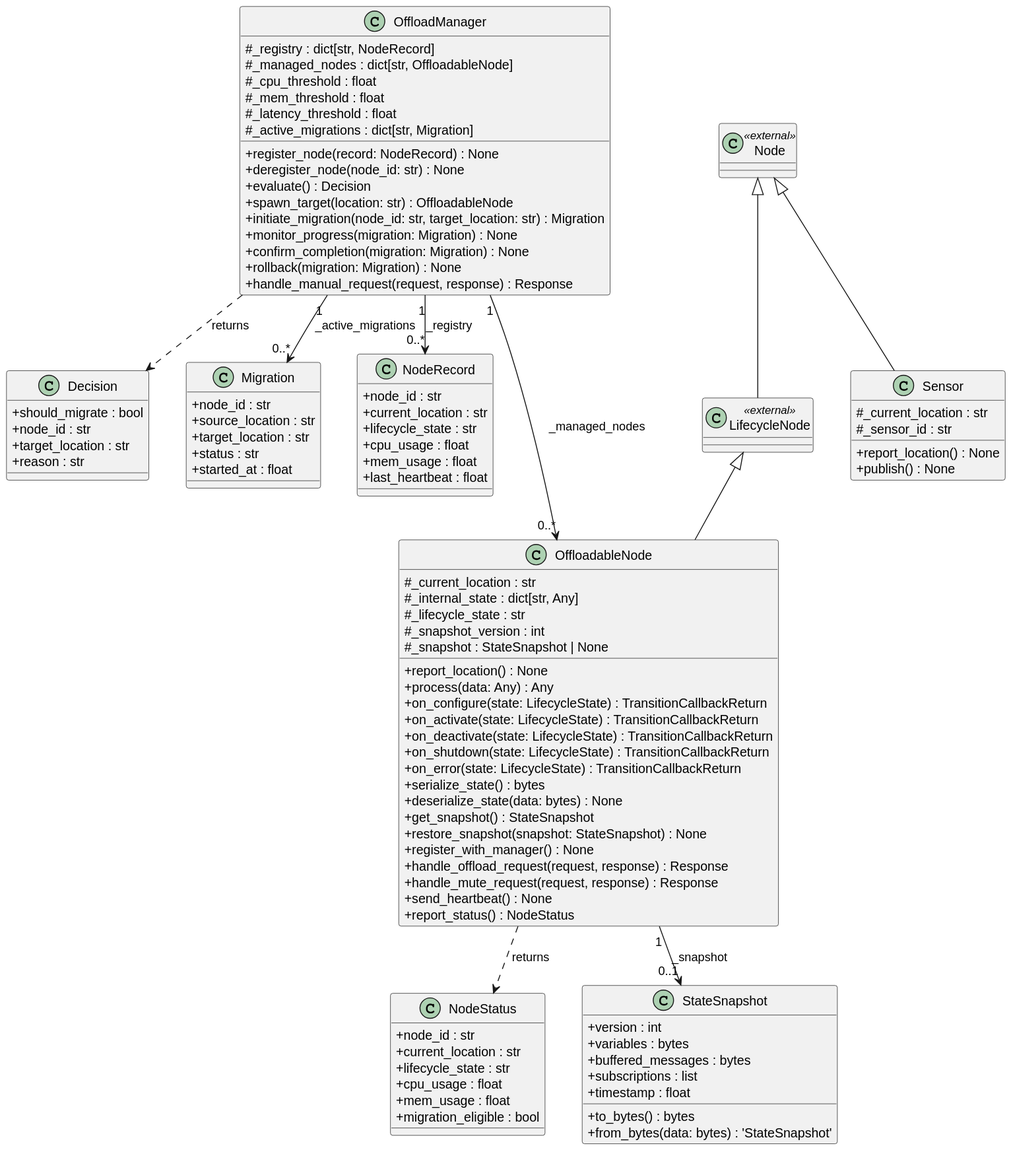
tridibbanik17/Task_Offloading_Initial_Architecture keeps this PlantUML diagram as diagrams/classes_task_offloading.svg. Above is the earlier version. The source it was exported from:
```plantuml
@startuml
set namespaceSeparator none
skinparam classAttributeIconSize 0
skinparam classFontStyle plain
skinparam classAttributeFontStyle plain
skinparam nodesep 40
skinparam ranksep 45

class "Node" as rclpy.node.Node <<external>>
class "LifecycleNode" as rclpy.lifecycle.LifecycleNode <<external>>
class "Sensor" as task_offloading.sensor.Sensor {
  # _current_location : str
  # _sensor_id : str
  + report_location() : None
  + publish() : None
}

class "Decision" as task_offloading.value_types.Decision {
  + should_migrate : bool
  + node_id : str
  + target_location : str
  + reason : str
}
class "Migration" as task_offloading.value_types.Migration {
  + node_id : str
  + source_location : str
  + target_location : str
  + status : str
  + started_at : float
}
class "NodeRecord" as task_offloading.value_types.NodeRecord {
  + node_id : str
  + current_location : str
  + lifecycle_state : str
  + cpu_usage : float
  + mem_usage : float
  + last_heartbeat : float
}
class "NodeStatus" as task_offloading.value_types.NodeStatus {
  + node_id : str
  + current_location : str
  + lifecycle_state : str
  + cpu_usage : float
  + mem_usage : float
  + migration_eligible : bool
}
class "StateSnapshot" as task_offloading.value_types.StateSnapshot {
  + version : int
  + variables : bytes
  + buffered_messages : bytes
  + subscriptions : list
  + timestamp : float
  + to_bytes() : bytes
  + from_bytes(data: bytes) : 'StateSnapshot'
}
class "OffloadManager" as task_offloading.offload_manager.OffloadManager {
  # _registry : dict[str, NodeRecord]
  # _managed_nodes : dict[str, OffloadableNode]
  # _cpu_threshold : float
  # _mem_threshold : float
  # _latency_threshold : float
  # _active_migrations : dict[str, Migration]
  + register_node(record: NodeRecord) : None
  + deregister_node(node_id: str) : None
  + evaluate() : Decision
  + spawn_target(location: str) : OffloadableNode
  + initiate_migration(node_id: str, target_location: str) : Migration
  + monitor_progress(migration: Migration) : None
  + confirm_completion(migration: Migration) : None
  + rollback(migration: Migration) : None
  + handle_manual_request(request, response) : Response
}
class "OffloadableNode" as task_offloading.offloadable_node.OffloadableNode {
  # _current_location : str
  # _internal_state : dict[str, Any]
  # _lifecycle_state : str
  # _snapshot_version : int
  # _snapshot : StateSnapshot | None
  + report_location() : None
  + process(data: Any) : Any
  + on_configure(state: LifecycleState) : TransitionCallbackReturn
  + on_activate(state: LifecycleState) : TransitionCallbackReturn
  + on_deactivate(state: LifecycleState) : TransitionCallbackReturn
  + on_shutdown(state: LifecycleState) : TransitionCallbackReturn
  + on_error(state: LifecycleState) : TransitionCallbackReturn
  + serialize_state() : bytes
  + deserialize_state(data: bytes) : None
  + get_snapshot() : StateSnapshot
  + restore_snapshot(snapshot: StateSnapshot) : None
  + register_with_manager() : None
  + handle_offload_request(request, response) : Response
  + handle_mute_request(request, response) : Response
  + send_heartbeat() : None
  + report_status() : NodeStatus
}
rclpy.node.Node <|-- rclpy.lifecycle.LifecycleNode
rclpy.node.Node <|-- task_offloading.sensor.Sensor
rclpy.lifecycle.LifecycleNode <|-- task_offloading.offloadable_node.OffloadableNode

task_offloading.offload_manager.OffloadManager "1" --> "0..*" task_offloading.offloadable_node.OffloadableNode : _managed_nodes
task_offloading.offload_manager.OffloadManager "1" --> "0..*" task_offloading.value_types.Migration : _active_migrations
task_offloading.offload_manager.OffloadManager "1" --> "0..*" task_offloading.value_types.NodeRecord : _registry
task_offloading.offloadable_node.OffloadableNode "1" --> "0..1" task_offloading.value_types.StateSnapshot : _snapshot

task_offloading.offload_manager.OffloadManager ..> task_offloading.value_types.Decision : returns
task_offloading.offloadable_node.OffloadableNode ..> task_offloading.value_types.NodeStatus : returns

task_offloading.offload_manager.OffloadManager -[hidden]right- rclpy.node.Node
rclpy.lifecycle.LifecycleNode -[hidden]right- task_offloading.sensor.Sensor
@enduml
```
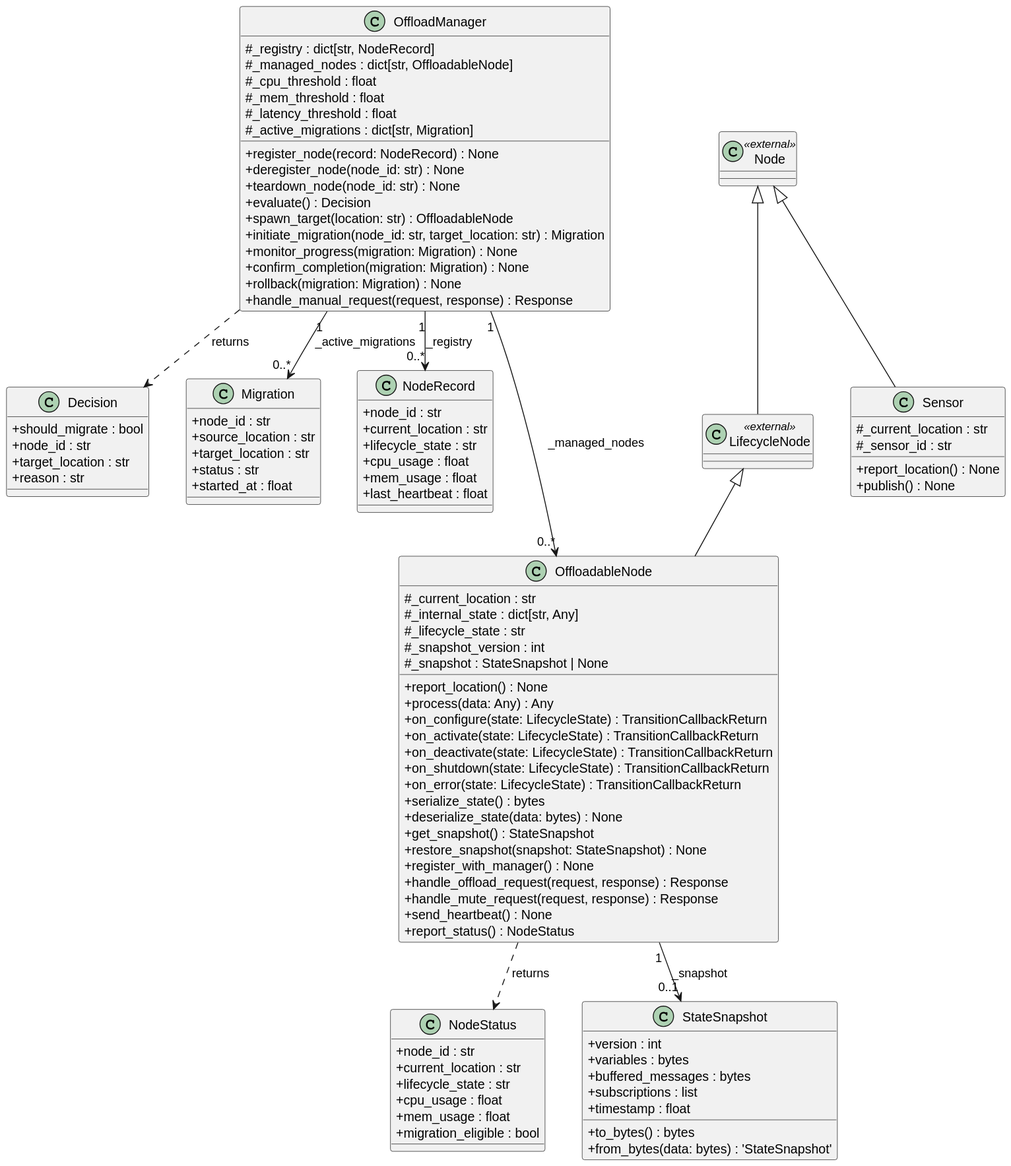
Later version of the same file.

Diff of the diagram source:
```diff
@@ -62,6 +62,7 @@
   # _active_migrations : dict[str, Migration]
   + register_node(record: NodeRecord) : None
   + deregister_node(node_id: str) : None
+  + teardown_node(node_id: str) : None
   + evaluate() : Decision
   + spawn_target(location: str) : OffloadableNode
   + initiate_migration(node_id: str, target_location: str) : Migration
```
